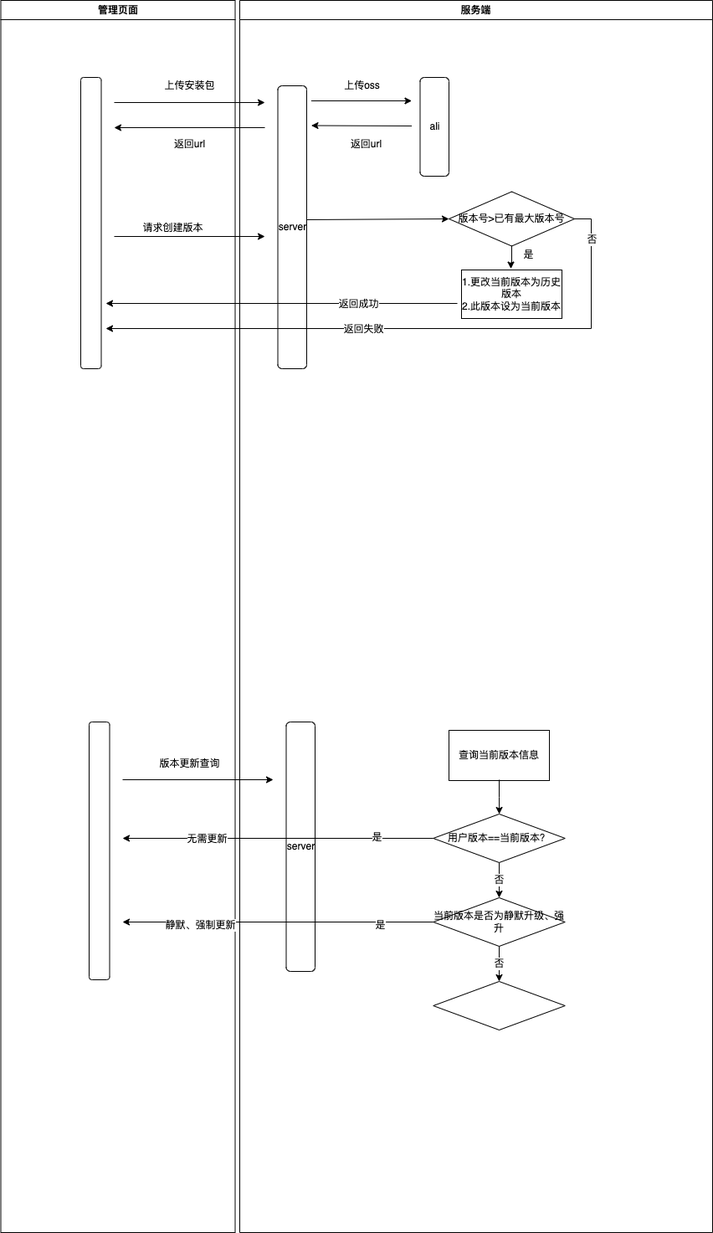
Before: ota-create-version.drawio.png, a diagram exported from draw.io (lh-hugh/mocha-demos). Source tidied: cells renumbered, new cells last; positions are measured from the earlier drawing's top-left corner, leaving out a move shared by most shapes.
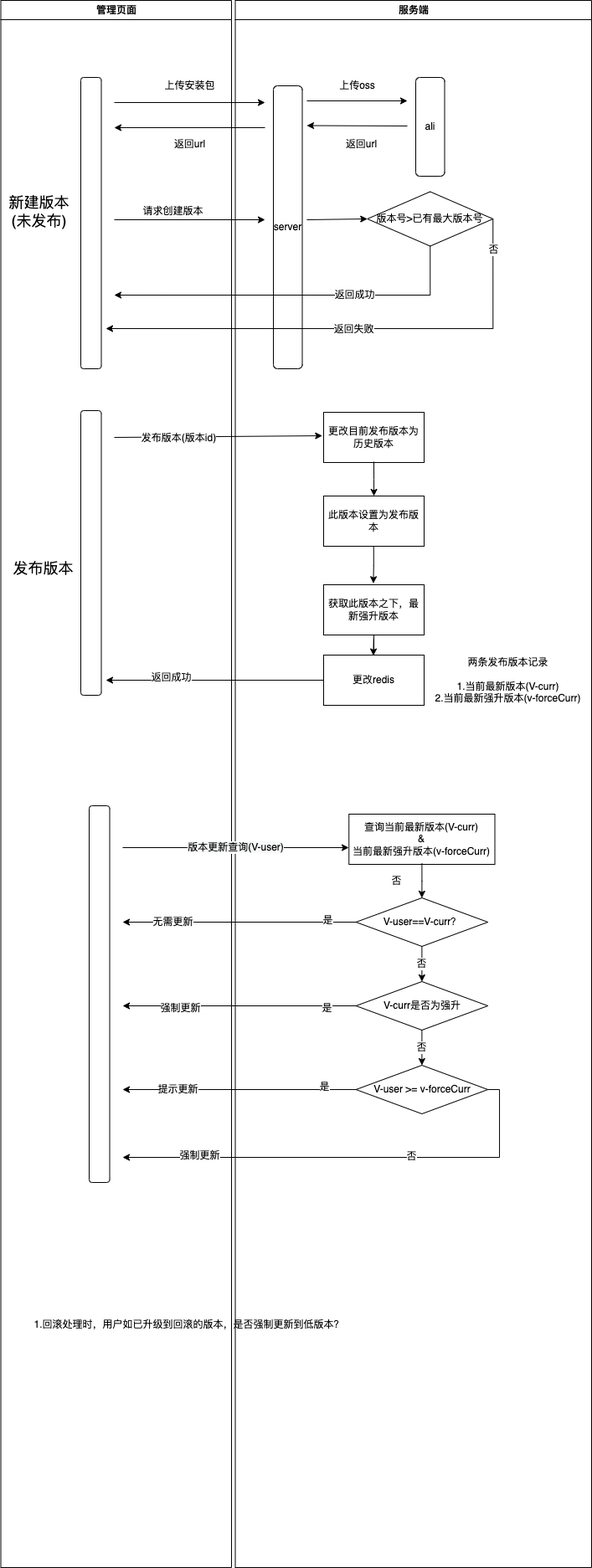
After the change.

What changed in the source:
```diff
@@ -3,7 +3,7 @@
     <mxCell id="0" />
     <mxCell id="1" parent="0" />
     <mxCell id="2" value="管理页面" style="swimlane;whiteSpace=wrap;" parent="1" vertex="1">
-      <mxGeometry x="0.5" width="280" height="1472" as="geometry" />
+      <mxGeometry x="0.5" width="275.5" height="1872" as="geometry" />
     </mxCell>
     <mxCell id="3" style="rounded=1;whiteSpace=wrap;html=1;" parent="2" vertex="1">
       <mxGeometry x="95.5" y="92" width="24.5" height="348" as="geometry" />
@@ -16,15 +16,27 @@
     </mxCell>
     <mxCell id="6" style="endArrow=classic;html=1;rounded=0;" parent="2" edge="1">
       <mxGeometry relative="1" as="geometry">
-        <mxPoint x="135.5" y="282" as="sourcePoint" />
-        <mxPoint x="315.5" y="282" as="targetPoint" />
+        <mxPoint x="135.5" y="262" as="sourcePoint" />
+        <mxPoint x="315.5" y="262" as="targetPoint" />
       </mxGeometry>
     </mxCell>
     <mxCell id="7" value="请求创建版本" style="text;html=1;align=center;verticalAlign=middle;strokeColor=none;fillColor=none;" parent="2" vertex="1">
-      <mxGeometry x="160.5" y="262" width="90" height="20" as="geometry" />
+      <mxGeometry x="160.5" y="242" width="90" height="20" as="geometry" />
     </mxCell>
+    <mxCell id="45" style="rounded=1;whiteSpace=wrap;html=1;" parent="2" vertex="1">
+      <mxGeometry x="95.5" y="490" width="24.5" height="340" as="geometry" />
+    </mxCell>
+    <mxCell id="46" value="&lt;font style=&quot;font-size: 18px&quot;&gt;新建版本&lt;br&gt;(未发布)&lt;/font&gt;" style="text;html=1;align=center;verticalAlign=middle;strokeColor=none;fillColor=none;" parent="2" vertex="1">
+      <mxGeometry y="232" width="90" height="40" as="geometry" />
+    </mxCell>
+    <mxCell id="47" value="&lt;span style=&quot;font-size: 18px&quot;&gt;发布版本&lt;/span&gt;" style="text;html=1;align=center;verticalAlign=middle;strokeColor=none;fillColor=none;" parent="2" vertex="1">
+      <mxGeometry x="5.5" y="668" width="90" height="20" as="geometry" />
+    </mxCell>
+    <mxCell id="48" value="1.回滚处理时，用户如已升级到回滚的版本，是否强制更新到低版本？" style="text;html=1;align=center;verticalAlign=middle;strokeColor=none;fillColor=none;fontSize=11;" parent="2" vertex="1">
+      <mxGeometry x="29.5" y="1572" width="390" height="20" as="geometry" />
+    </mxCell>
     <mxCell id="8" value="服务端" style="swimlane;whiteSpace=wrap;" parent="1" vertex="1">
-      <mxGeometry x="286" width="565" height="1472" as="geometry" />
+      <mxGeometry x="280.5" width="425.5" height="1872" as="geometry" />
     </mxCell>
     <mxCell id="9" value="ali" style="rounded=1;whiteSpace=wrap;html=1;" parent="8" vertex="1">
       <mxGeometry x="215.5" y="92" width="34.5" height="118" as="geometry" />
@@ -50,45 +62,73 @@
     <mxCell id="14" value="返回url" style="text;html=1;align=center;verticalAlign=middle;strokeColor=none;fillColor=none;" parent="8" vertex="1">
       <mxGeometry x="125.5" y="162" width="50" height="20" as="geometry" />
     </mxCell>
-    <mxCell id="15" style="edgeStyle=orthogonalEdgeStyle;rounded=0;jettySize=auto;html=1;entryX=0.492;entryY=-0.025;entryDx=0;entryDy=0;entryPerimeter=0;" parent="8" edge="1" source="16" target="18">
-      <mxGeometry relative="1" as="geometry" />
-    </mxCell>
     <mxCell id="16" value="&lt;span&gt;版本号&amp;gt;已有最大版本号&lt;/span&gt;" style="rhombus;whiteSpace=wrap;html=1;fillColor=rgb(255, 255, 255);strokeColor=rgb(0, 0, 0);fontColor=rgb(0, 0, 0);" parent="8" vertex="1">
-      <mxGeometry x="250" y="228.5" width="150" height="65" as="geometry" />
+      <mxGeometry x="157.8" y="228.5" width="150" height="65" as="geometry" />
     </mxCell>
-    <mxCell id="17" value="server" style="rounded=1;whiteSpace=wrap;html=1;" parent="8" vertex="1">
-      <mxGeometry x="55.5" y="862" width="34.5" height="298" as="geometry" />
-    </mxCell>
-    <mxCell id="18" value="1.更改当前版本为历史版本&lt;br&gt;2.此版本设为当前版本" style="whiteSpace=wrap;html=1;fillColor=rgb(255, 255, 255);strokeColor=rgb(0, 0, 0);fontColor=rgb(0, 0, 0);" parent="8" vertex="1">
-      <mxGeometry x="265" y="322" width="120" height="58" as="geometry" />
-    </mxCell>
-    <mxCell id="19" value="Text" style="text;html=1;align=center;verticalAlign=middle;strokeColor=none;fillColor=none;" parent="8" vertex="1">
-      <mxGeometry x="117.8" y="352" width="40" height="20" as="geometry" />
-    </mxCell>
-    <mxCell id="20" value="查询当前版本信息" style="whiteSpace=wrap;html=1;fillColor=rgb(255, 255, 255);strokeColor=rgb(0, 0, 0);fontColor=rgb(0, 0, 0);" parent="8" vertex="1">
-      <mxGeometry x="250" y="872" width="120" height="60" as="geometry" />
+    <mxCell id="20" value="查询当前最新版本(V-curr)&lt;br&gt;&amp;amp;&lt;br&gt;当前最新强升版本(v-forceCurr)" style="whiteSpace=wrap;html=1;fillColor=rgb(255, 255, 255);strokeColor=rgb(0, 0, 0);fontColor=rgb(0, 0, 0);" parent="8" vertex="1">
+      <mxGeometry x="135.8" y="972" width="174.2" height="60" as="geometry" />
     </mxCell>
-    <mxCell id="21" value="用户版本==当前版本？" style="rhombus;whiteSpace=wrap;html=1;fillColor=rgb(255, 255, 255);strokeColor=rgb(0, 0, 0);fontColor=rgb(0, 0, 0);" parent="8" vertex="1">
-      <mxGeometry x="231.2" y="972" width="157.5" height="58" as="geometry" />
+    <mxCell id="21" value="V-user==V-curr？" style="rhombus;whiteSpace=wrap;html=1;fillColor=rgb(255, 255, 255);strokeColor=rgb(0, 0, 0);fontColor=rgb(0, 0, 0);" parent="8" vertex="1">
+      <mxGeometry x="144.1" y="1072" width="157.5" height="58" as="geometry" />
     </mxCell>
     <mxCell id="22" style="edgeStyle=orthogonalEdgeStyle;rounded=0;jettySize=auto;html=1;exitX=0.5;exitY=0.983;exitDx=0;exitDy=0;exitPerimeter=0;" parent="8" edge="1" source="20" target="21">
       <mxGeometry relative="1" as="geometry" />
     </mxCell>
-    <mxCell id="23" value="当前版本是否为静默升级、强升" style="rhombus;whiteSpace=wrap;html=1;fillColor=rgb(255, 255, 255);strokeColor=rgb(0, 0, 0);fontColor=rgb(0, 0, 0);" parent="8" vertex="1">
-      <mxGeometry x="231.2" y="1072" width="157.5" height="58" as="geometry" />
+    <mxCell id="23" value="V-curr是否为强升" style="rhombus;whiteSpace=wrap;html=1;fillColor=rgb(255, 255, 255);strokeColor=rgb(0, 0, 0);fontColor=rgb(0, 0, 0);" parent="8" vertex="1">
+      <mxGeometry x="144.1" y="1172" width="157.5" height="58" as="geometry" />
     </mxCell>
     <mxCell id="24" value="否" style="edgeStyle=orthogonalEdgeStyle;rounded=0;jettySize=auto;html=1;" parent="8" edge="1" source="21" target="23">
       <mxGeometry relative="1" as="geometry" />
     </mxCell>
-    <mxCell id="25" value="是" style="text;html=1;align=center;verticalAlign=middle;strokeColor=none;fillColor=none;" parent="8" vertex="1">
-      <mxGeometry x="330" y="293.5" width="30" height="20" as="geometry" />
-    </mxCell>
-    <mxCell id="26" style="rhombus;whiteSpace=wrap;html=1;fillColor=rgb(255, 255, 255);strokeColor=rgb(0, 0, 0);fontColor=rgb(0, 0, 0);" parent="8" vertex="1">
-      <mxGeometry x="231.2" y="1172" width="157.5" height="58" as="geometry" />
+    <mxCell id="26" value="V-user &amp;gt;= v-forceCurr" style="rhombus;whiteSpace=wrap;html=1;fillColor=rgb(255, 255, 255);strokeColor=rgb(0, 0, 0);fontColor=rgb(0, 0, 0);" parent="8" vertex="1">
+      <mxGeometry x="144.1" y="1272" width="157.5" height="58" as="geometry" />
     </mxCell>
     <mxCell id="27" value="否" style="edgeStyle=orthogonalEdgeStyle;rounded=0;jettySize=auto;html=1;" parent="8" edge="1" source="23" target="26">
       <mxGeometry relative="1" as="geometry" />
     </mxCell>
+    <mxCell id="49" value="更改目前发布版本为历史版本" style="whiteSpace=wrap;html=1;fillColor=rgb(255, 255, 255);strokeColor=rgb(0, 0, 0);fontColor=rgb(0, 0, 0);" parent="8" vertex="1">
+      <mxGeometry x="105.5" y="492" width="120" height="60" as="geometry" />
+    </mxCell>
+    <mxCell id="50" style="edgeStyle=orthogonalEdgeStyle;rounded=0;jettySize=auto;html=1;exitX=0.5;exitY=0.983;exitDx=0;exitDy=0;exitPerimeter=0;" parent="8" edge="1" source="49">
+      <mxGeometry relative="1" as="geometry">
+        <mxPoint x="165.5" y="592" as="targetPoint" />
+      </mxGeometry>
+    </mxCell>
+    <mxCell id="51" value="否" style="edgeLabel;html=1;align=center;verticalAlign=middle;" parent="8" vertex="1">
+      <mxGeometry x="225.5" y="1002" as="geometry">
+        <mxPoint x="-33" y="50" as="offset" />
+      </mxGeometry>
+    </mxCell>
+    <mxCell id="52" value="&lt;span&gt;此版本设置为发布版本&lt;/span&gt;" style="whiteSpace=wrap;html=1;fillColor=rgb(255, 255, 255);strokeColor=rgb(0, 0, 0);fontColor=rgb(0, 0, 0);" parent="8" vertex="1">
+      <mxGeometry x="105.5" y="592" width="120" height="60" as="geometry" />
+    </mxCell>
+    <mxCell id="53" style="edgeStyle=orthogonalEdgeStyle;rounded=0;jettySize=auto;html=1;fontSize=11;" parent="8" edge="1" source="54" target="56">
+      <mxGeometry relative="1" as="geometry">
+        <Array as="points">
+          <mxPoint x="165.8" y="762" />
+          <mxPoint x="165.8" y="762" />
+        </Array>
+      </mxGeometry>
+    </mxCell>
+    <mxCell id="54" value="&lt;span&gt;获取此版本之下，最新强升版本&lt;/span&gt;" style="whiteSpace=wrap;html=1;fillColor=rgb(255, 255, 255);strokeColor=rgb(0, 0, 0);fontColor=rgb(0, 0, 0);" parent="8" vertex="1">
+      <mxGeometry x="105.5" y="698" width="120" height="60" as="geometry" />
+    </mxCell>
+    <mxCell id="55" style="edgeStyle=orthogonalEdgeStyle;rounded=0;jettySize=auto;html=1;fontSize=11;entryX=0.495;entryY=-0.028;entryDx=0;entryDy=0;entryPerimeter=0;" parent="8" edge="1" target="54">
+      <mxGeometry relative="1" as="geometry">
+        <mxPoint x="165.2" y="652" as="sourcePoint" />
+      </mxGeometry>
+    </mxCell>
+    <mxCell id="56" value="更改redis&lt;br&gt;" style="whiteSpace=wrap;html=1;fillColor=rgb(255, 255, 255);strokeColor=rgb(0, 0, 0);fontColor=rgb(0, 0, 0);" parent="8" vertex="1">
+      <mxGeometry x="105.5" y="782" width="120" height="60" as="geometry" />
+    </mxCell>
+    <mxCell id="57" style="edgeStyle=orthogonalEdgeStyle;rounded=0;jettySize=auto;html=1;fontSize=11;entryX=0.495;entryY=0.01;entryDx=0;entryDy=0;entryPerimeter=0;" parent="8" edge="1" target="56">
+      <mxGeometry relative="1" as="geometry">
+        <mxPoint x="165.2" y="762" as="sourcePoint" />
+      </mxGeometry>
+    </mxCell>
+    <mxCell id="58" value="两条发布版本记录&lt;br&gt;&lt;br&gt;1.当前最新版本(&lt;span style=&quot;font-size: 12px&quot;&gt;V-curr&lt;/span&gt;)&lt;br&gt;2.当前最新强升版本(&lt;span style=&quot;font-size: 12px&quot;&gt;v-forceCurr&lt;/span&gt;)" style="text;html=1;align=center;verticalAlign=middle;strokeColor=none;fillColor=none;fontSize=11;" parent="8" vertex="1">
+      <mxGeometry x="230" y="782" width="190" height="60" as="geometry" />
+    </mxCell>
     <mxCell id="28" style="endArrow=classic;html=1;rounded=0;" parent="1" edge="1">
       <mxGeometry relative="1" as="geometry">
         <mxPoint x="136" y="122" as="sourcePoint" />
@@ -107,70 +147,119 @@
       </mxGeometry>
     </mxCell>
     <mxCell id="31" style="rounded=1;whiteSpace=wrap;html=1;" parent="1" vertex="1">
-      <mxGeometry x="106" y="862" width="24.5" height="308" as="geometry" />
+      <mxGeometry x="106" y="962" width="24.5" height="450" as="geometry" />
     </mxCell>
-    <mxCell id="32" style="endArrow=classic;html=1;rounded=0;" parent="1" edge="1">
+    <mxCell id="32" value="&lt;span style=&quot;font-size: 12px ; background-color: rgb(248 , 249 , 250)&quot;&gt;版本更新查询(V-user)&lt;/span&gt;" style="endArrow=classic;html=1;rounded=0;" parent="1" edge="1">
       <mxGeometry relative="1" as="geometry">
-        <mxPoint x="146" y="931" as="sourcePoint" />
-        <mxPoint x="326" y="931" as="targetPoint" />
+        <mxPoint x="146" y="1012" as="sourcePoint" />
+        <mxPoint x="416" y="1012" as="targetPoint" />
       </mxGeometry>
     </mxCell>
-    <mxCell id="33" value="版本更新查询" style="text;html=1;align=center;verticalAlign=middle;strokeColor=none;fillColor=none;" parent="1" vertex="1">
-      <mxGeometry x="181" y="902" width="90" height="20" as="geometry" />
-    </mxCell>
-    <mxCell id="34" style="edgeStyle=orthogonalEdgeStyle;rounded=0;orthogonalLoop=1;jettySize=auto;html=1;" parent="1" edge="1">
-      <mxGeometry relative="1" as="geometry">
-        <mxPoint x="546" y="362" as="sourcePoint" />
-        <mxPoint x="126" y="362" as="targetPoint" />
-      </mxGeometry>
-    </mxCell>
-    <mxCell id="35" value="返回成功" style="edgeLabel;html=1;align=center;verticalAlign=middle;" parent="34" vertex="1">
-      <mxGeometry x="-0.43" relative="1" as="geometry" />
-    </mxCell>
     <mxCell id="36" style="edgeStyle=orthogonalEdgeStyle;rounded=0;jettySize=auto;html=1;exitX=1;exitY=0.5;exitDx=0;exitDy=0;" parent="1" edge="1" source="16">
       <mxGeometry relative="1" as="geometry">
         <mxPoint x="126" y="392" as="targetPoint" />
         <Array as="points">
-          <mxPoint x="706" y="261" />
-          <mxPoint x="706" y="392" />
-          <mxPoint x="126" y="392" />
+          <mxPoint x="588" y="392" />
         </Array>
       </mxGeometry>
     </mxCell>
+    <mxCell id="38" value="否" style="edgeLabel;html=1;align=center;verticalAlign=middle;" parent="36" vertex="1">
+      <mxGeometry x="-0.89" y="4" relative="1" as="geometry">
+        <mxPoint x="-4" y="4" as="offset" />
+      </mxGeometry>
+    </mxCell>
-    <mxCell id="37" value="返回失败" style="edgeLabel;html=1;align=center;verticalAlign=middle;" parent="36" vertex="1">
-      <mxGeometry x="0.16" relative="1" as="geometry" />
+    <mxCell id="37" value="返回失败" style="edgeLabel;html=1;align=center;verticalAlign=middle;fontSize=11;" parent="36" vertex="1">
+      <mxGeometry x="0.01" y="1" relative="1" as="geometry">
+        <mxPoint x="3" as="offset" />
+      </mxGeometry>
     </mxCell>
-    <mxCell id="38" value="否" style="edgeLabel;html=1;align=center;verticalAlign=middle;" parent="36" vertex="1">
-      <mxGeometry x="-0.89" y="4" relative="1" as="geometry">
-        <mxPoint x="-4" y="4" as="offset" />
-      </mxGeometry>
-    </mxCell>
     <mxCell id="39" style="edgeStyle=orthogonalEdgeStyle;rounded=0;jettySize=auto;html=1;" parent="1" edge="1" source="21">
       <mxGeometry relative="1" as="geometry">
-        <mxPoint x="146" y="1001" as="targetPoint" />
+        <mxPoint x="146" y="1101" as="targetPoint" />
       </mxGeometry>
     </mxCell>
+    <mxCell id="41" value="是" style="edgeLabel;html=1;align=center;verticalAlign=middle;" parent="39" vertex="1">
+      <mxGeometry x="-0.63" y="-2" relative="1" as="geometry">
+        <mxPoint x="17" as="offset" />
+      </mxGeometry>
+    </mxCell>
     <mxCell id="40" value="无需更新" style="edgeLabel;html=1;align=center;verticalAlign=middle;" parent="39" vertex="1">
-      <mxGeometry x="-0.55" y="-2" relative="1" as="geometry">
-        <mxPoint x="-188" y="2" as="offset" />
+      <mxGeometry x="0.34" relative="1" as="geometry">
+        <mxPoint x="-32" as="offset" />
       </mxGeometry>
     </mxCell>
-    <mxCell id="41" value="是" style="edgeLabel;html=1;align=center;verticalAlign=middle;" parent="39" vertex="1">
-      <mxGeometry x="-0.63" y="-2" relative="1" as="geometry" />
-    </mxCell>
     <mxCell id="42" style="edgeStyle=orthogonalEdgeStyle;rounded=0;jettySize=auto;html=1;" parent="1" edge="1" source="23">
       <mxGeometry relative="1" as="geometry">
-        <mxPoint x="146" y="1101" as="targetPoint" />
+        <mxPoint x="146" y="1201" as="targetPoint" />
         <Array as="points">
-          <mxPoint x="146" y="1101" />
+          <mxPoint x="146" y="1201" />
         </Array>
       </mxGeometry>
     </mxCell>
     <mxCell id="43" value="是" style="edgeLabel;html=1;align=center;verticalAlign=middle;" parent="42" vertex="1">
-      <mxGeometry x="-0.65" y="3" relative="1" as="geometry" />
+      <mxGeometry x="-0.65" y="3" relative="1" as="geometry">
+        <mxPoint x="13" as="offset" />
+      </mxGeometry>
     </mxCell>
-    <mxCell id="44" value="静默、强制更新" style="edgeLabel;html=1;align=center;verticalAlign=middle;" parent="42" vertex="1">
+    <mxCell id="44" value="强制更新" style="edgeLabel;html=1;align=center;verticalAlign=middle;" parent="42" vertex="1">
       <mxGeometry x="0.5" y="3" relative="1" as="geometry" />
     </mxCell>
+    <mxCell id="59" style="edgeStyle=orthogonalEdgeStyle;rounded=0;jettySize=auto;html=1;" parent="1" edge="1" source="26">
+      <mxGeometry relative="1" as="geometry">
+        <mxPoint x="146" y="1301" as="targetPoint" />
+      </mxGeometry>
+    </mxCell>
+    <mxCell id="25" value="是" style="edgeLabel;html=1;align=center;verticalAlign=middle;" parent="59" vertex="1">
+      <mxGeometry x="-0.7" y="-3" relative="1" as="geometry">
+        <mxPoint x="4" as="offset" />
+      </mxGeometry>
+    </mxCell>
+    <mxCell id="60" value="提示更新" style="edgeLabel;html=1;align=center;verticalAlign=middle;" parent="59" vertex="1">
+      <mxGeometry x="0.53" relative="1" as="geometry" />
+    </mxCell>
+    <mxCell id="61" style="edgeStyle=orthogonalEdgeStyle;rounded=0;jettySize=auto;html=1;" parent="1" edge="1" source="26">
+      <mxGeometry relative="1" as="geometry">
+        <mxPoint x="146" y="1382" as="targetPoint" />
+        <Array as="points">
+          <mxPoint x="596" y="1382" />
+        </Array>
+      </mxGeometry>
+    </mxCell>
+    <mxCell id="62" value="否" style="edgeLabel;html=1;align=center;verticalAlign=middle;" parent="61" vertex="1">
+      <mxGeometry x="-0.16" y="-1" relative="1" as="geometry">
+        <mxPoint x="28" as="offset" />
+      </mxGeometry>
+    </mxCell>
+    <mxCell id="63" value="强制更新" style="edgeLabel;html=1;align=center;verticalAlign=middle;" parent="61" vertex="1">
+      <mxGeometry x="0.66" y="-2" relative="1" as="geometry" />
+    </mxCell>
+    <mxCell id="64" style="endArrow=classic;html=1;rounded=0;fontSize=18;entryX=-0.014;entryY=0.467;entryDx=0;entryDy=0;entryPerimeter=0;" parent="1" edge="1" target="49">
+      <mxGeometry relative="1" as="geometry">
+        <mxPoint x="136" y="522" as="sourcePoint" />
+      </mxGeometry>
+    </mxCell>
+    <mxCell id="65" value="&lt;font style=&quot;font-size: 11px&quot;&gt;发布版本(版本id)&lt;/font&gt;" style="edgeLabel;html=1;align=center;verticalAlign=middle;fontSize=18;" parent="64" vertex="1">
+      <mxGeometry x="-0.39" y="2" relative="1" as="geometry" />
+    </mxCell>
+    <mxCell id="66" style="edgeStyle=orthogonalEdgeStyle;rounded=0;orthogonalLoop=1;jettySize=auto;html=1;fontSize=11;" parent="1" edge="1">
+      <mxGeometry relative="1" as="geometry">
+        <mxPoint x="386" y="812" as="sourcePoint" />
+        <mxPoint x="126" y="812" as="targetPoint" />
+      </mxGeometry>
+    </mxCell>
+    <mxCell id="67" value="返回成功" style="edgeLabel;html=1;align=center;verticalAlign=middle;fontSize=11;" parent="66" vertex="1">
+      <mxGeometry x="0.4" y="-3" relative="1" as="geometry" />
+    </mxCell>
+    <mxCell id="68" style="edgeStyle=orthogonalEdgeStyle;rounded=0;jettySize=auto;html=1;fontSize=11;" parent="1" edge="1" source="16">
+      <mxGeometry relative="1" as="geometry">
+        <mxPoint x="136" y="352" as="targetPoint" />
+        <Array as="points">
+          <mxPoint x="513" y="352" />
+        </Array>
+      </mxGeometry>
+    </mxCell>
+    <mxCell id="69" value="返回成功" style="edgeLabel;html=1;align=center;verticalAlign=middle;fontSize=11;" parent="68" vertex="1">
+      <mxGeometry x="-0.32" relative="1" as="geometry" />
+    </mxCell>
   </root>
 </mxGraphModel>
```
